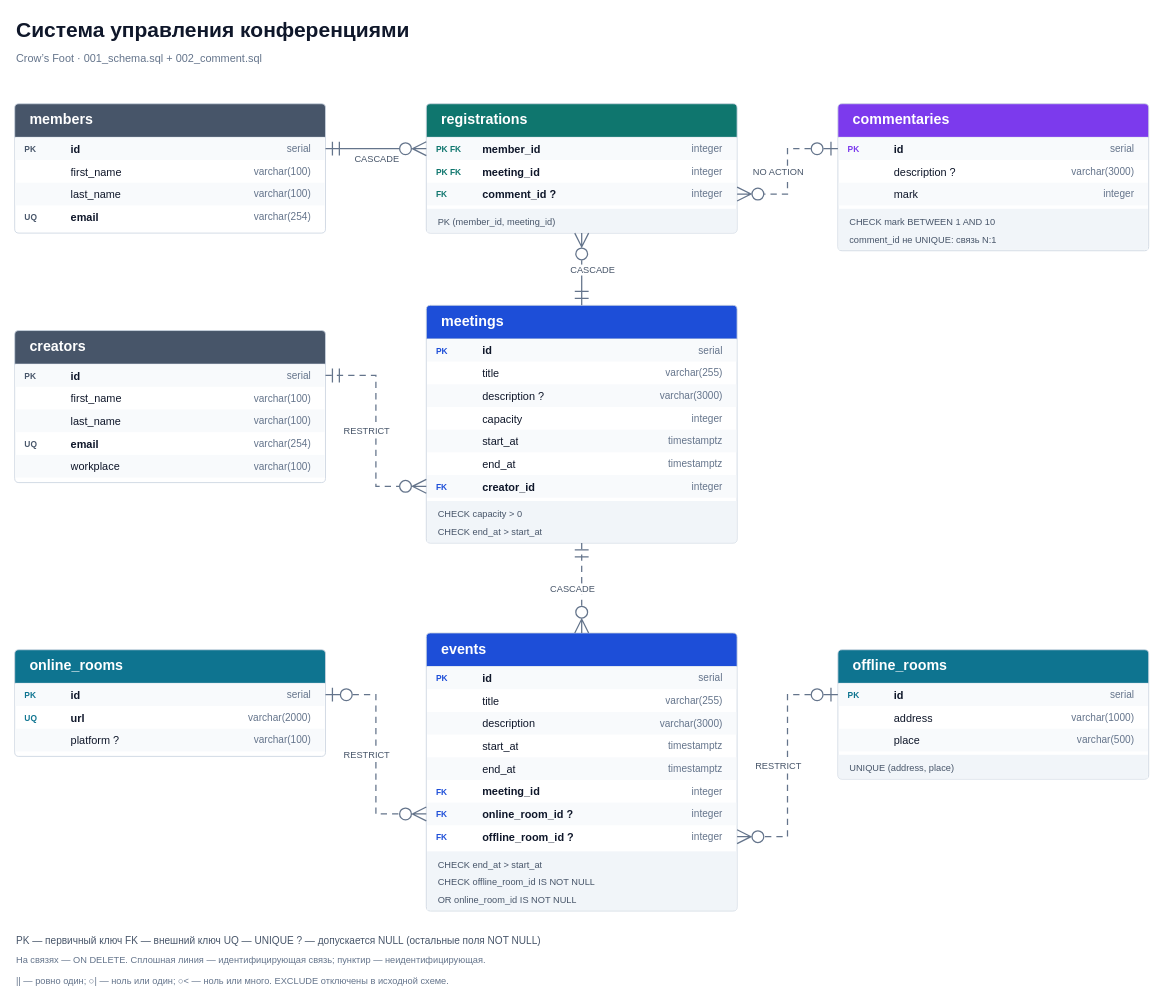
makinotori14/pg-labs keeps this draw.io diagram as page "Crow's Foot" (1 of 2) of lab02/erd.drawio. Above is the earlier version. Source tidied: cells renumbered, new cells numbered last; positions are measured from the earlier drawing's top-left corner, leaving out a move shared by most shapes. Both pictures are drawn from the tidied source at 84%, with x=0, y=0 at pixel (14, 14).
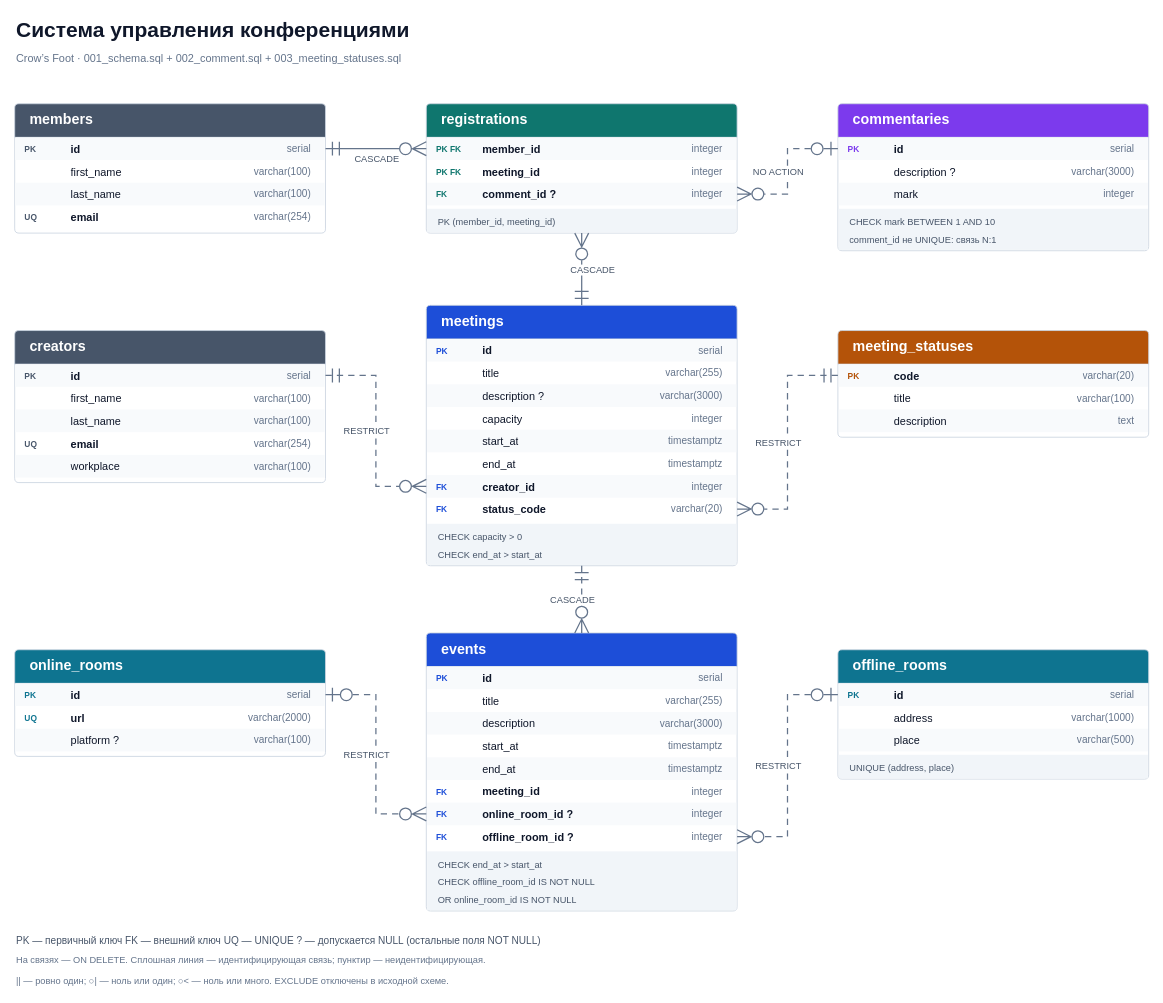
After the change.

Commit message (it also covers changes not shown here):
meeting statuses

The change refers to these unchanged cells:
```xml
<mxCell id="77" value="creators" style="swimlane;html=1;startSize=40;horizontal=1;rounded=1;arcSize=10;absoluteArcSize=1;swimlaneLine=1;fillColor=#475569;swimlaneFillColor=#FFFFFF;strokeColor=#CBD5E1;strokeWidth=1;fontFamily=Helvetica;fontSize=17;fontStyle=1;fontColor=#FFFFFF;align=left;spacingLeft=16;shadow=0;" parent="1" vertex="1">
  <mxGeometry y="376" width="370" height="181" as="geometry" />
</mxCell>
```

What changed in the source:
```diff
@@
-    <mxCell id="3" value="Crow’s Foot · 001_schema.sql + 002_comment.sql" style="text;html=1;strokeColor=none;fillColor=none;whiteSpace=wrap;overflow=hidden;verticalAlign=middle;fontFamily=Helvetica;align=left;fontSize=13;fontColor=#64748B;" parent="1" vertex="1">
-      <mxGeometry y="40" width="1040" height="24" as="geometry" />
+    <mxCell id="3" value="Crow’s Foot · 001_schema.sql + 002_comment.sql + 003_meeting_statuses.sql" style="text;html=1;strokeColor=none;fillColor=none;whiteSpace=wrap;overflow=hidden;verticalAlign=middle;fontFamily=Helvetica;align=left;fontSize=13;fontColor=#64748B;" parent="1" vertex="1">
+      <mxGeometry y="40" width="1350" height="24" as="geometry" />
     </mxCell>
@@
     <mxCell id="48" value="meetings" style="swimlane;html=1;startSize=40;horizontal=1;rounded=1;arcSize=10;absoluteArcSize=1;swimlaneLine=1;fillColor=#1D4ED8;swimlaneFillColor=#FFFFFF;strokeColor=#CBD5E1;strokeWidth=1;fontFamily=Helvetica;fontSize=17;fontStyle=1;fontColor=#FFFFFF;align=left;spacingLeft=16;shadow=0;" parent="1" vertex="1">
-      <mxGeometry x="490" y="346" width="370" height="283" as="geometry" />
+      <mxGeometry x="490" y="346" width="370" height="310" as="geometry" />
     </mxCell>
@@
     <mxCell id="74" style="rounded=0;strokeColor=none;fillColor=#F1F5F9;" parent="48" vertex="1">
-      <mxGeometry x="1" y="233" width="368" height="49" as="geometry" />
+      <mxGeometry x="1" y="260" width="368" height="49" as="geometry" />
     </mxCell>
     <mxCell id="75" value="CHECK capacity &gt; 0" style="text;html=1;strokeColor=none;fillColor=none;whiteSpace=wrap;overflow=hidden;verticalAlign=middle;fontFamily=Helvetica;align=left;fontSize=11;fontColor=#475569;" parent="48" vertex="1">
-      <mxGeometry x="12" y="238" width="346" height="21" as="geometry" />
+      <mxGeometry x="12" y="265" width="346" height="21" as="geometry" />
     </mxCell>
     <mxCell id="76" value="CHECK end_at &gt; start_at" style="text;html=1;strokeColor=none;fillColor=none;whiteSpace=wrap;overflow=hidden;verticalAlign=middle;fontFamily=Helvetica;align=left;fontSize=11;fontColor=#475569;" parent="48" vertex="1">
-      <mxGeometry x="12" y="259" width="346" height="21" as="geometry" />
+      <mxGeometry x="12" y="286" width="346" height="21" as="geometry" />
     </mxCell>
@@
-    <mxCell id="161" style="edgeStyle=none;orthogonal=1;rounded=0;html=1;strokeColor=#64748B;strokeWidth=1.5;startArrow=ERmandOne;endArrow=ERzeroToMany;startFill=0;endFill=0;startSize=14;endSize=14;exitPerimeter=0;entryPerimeter=0;exitX=1.0;exitY=0.2955801104972376;entryX=0.0;entryY=0.7614840989399293;dashed=1;dashPattern=5 4;" parent="1" edge="1" source="77" target="48">
+    <mxCell id="161" style="edgeStyle=none;orthogonal=1;rounded=0;html=1;strokeColor=#64748B;strokeWidth=1.5;startArrow=ERmandOne;endArrow=ERzeroToMany;startFill=0;endFill=0;startSize=14;endSize=14;exitPerimeter=0;entryPerimeter=0;exitX=1.0;exitY=0.2955801104972376;entryX=0.0;entryY=0.6951612903225807;dashed=1;dashPattern=5 4;" parent="1" edge="1" source="77" target="48">
       <mxGeometry relative="1" as="geometry">
         <Array as="points">
           <mxPoint x="430" y="429.5" />
           <mxPoint x="430" y="561.5" />
         </Array>
       </mxGeometry>
     </mxCell>
@@
+    <mxCell id="172" value="FK" style="text;html=1;strokeColor=none;fillColor=none;whiteSpace=wrap;overflow=hidden;verticalAlign=middle;fontFamily=Helvetica;align=left;fontSize=10;fontStyle=1;fontColor=#1D4ED8;" parent="48" vertex="1">
+      <mxGeometry x="10" y="229" width="53" height="27" as="geometry" />
+    </mxCell>
+    <mxCell id="173" value="status_code" style="text;html=1;strokeColor=none;fillColor=none;whiteSpace=wrap;overflow=hidden;verticalAlign=middle;fontFamily=Helvetica;align=left;fontSize=13;fontColor=#0F172A;fontStyle=1;" parent="48" vertex="1">
+      <mxGeometry x="65" y="229" width="168" height="27" as="geometry" />
+    </mxCell>
+    <mxCell id="174" value="varchar(20)" style="text;html=1;strokeColor=none;fillColor=none;whiteSpace=wrap;overflow=hidden;verticalAlign=middle;fontFamily=Helvetica;align=right;fontSize=12;fontColor=#64748B;" parent="48" vertex="1">
+      <mxGeometry x="228" y="229" width="127" height="27" as="geometry" />
+    </mxCell>
+    <mxCell id="175" value="meeting_statuses" style="swimlane;html=1;startSize=40;horizontal=1;rounded=1;arcSize=10;absoluteArcSize=1;swimlaneLine=1;fillColor=#B45309;swimlaneFillColor=#FFFFFF;strokeColor=#CBD5E1;strokeWidth=1;fontFamily=Helvetica;fontSize=17;fontStyle=1;fontColor=#FFFFFF;align=left;spacingLeft=16;shadow=0;" parent="1" vertex="1">
+      <mxGeometry x="980" y="376" width="370" height="127" as="geometry" />
+    </mxCell>
+    <mxCell id="176" style="rounded=0;strokeColor=none;fillColor=#F8FAFC;" parent="175" vertex="1">
+      <mxGeometry x="1" y="40" width="368" height="27" as="geometry" />
+    </mxCell>
+    <mxCell id="177" value="PK" style="text;html=1;strokeColor=none;fillColor=none;whiteSpace=wrap;overflow=hidden;verticalAlign=middle;fontFamily=Helvetica;align=left;fontSize=10;fontColor=#B45309;fontStyle=1;" parent="175" vertex="1">
+      <mxGeometry x="10" y="40" width="53" height="27" as="geometry" />
+    </mxCell>
+    <mxCell id="178" value="code" style="text;html=1;strokeColor=none;fillColor=none;whiteSpace=wrap;overflow=hidden;verticalAlign=middle;fontFamily=Helvetica;align=left;fontSize=13;fontColor=#0F172A;fontStyle=1;" parent="175" vertex="1">
+      <mxGeometry x="65" y="40" width="168" height="27" as="geometry" />
+    </mxCell>
+    <mxCell id="179" value="varchar(20)" style="text;html=1;strokeColor=none;fillColor=none;whiteSpace=wrap;overflow=hidden;verticalAlign=middle;fontFamily=Helvetica;align=right;fontSize=12;fontColor=#64748B;" parent="175" vertex="1">
+      <mxGeometry x="228" y="40" width="127" height="27" as="geometry" />
+    </mxCell>
+    <mxCell id="180" style="text;html=1;strokeColor=none;fillColor=none;whiteSpace=wrap;overflow=hidden;verticalAlign=middle;fontFamily=Helvetica;align=left;fontSize=10;fontColor=#B45309;" parent="175" vertex="1">
+      <mxGeometry x="10" y="67" width="53" height="27" as="geometry" />
+    </mxCell>
+    <mxCell id="181" value="title" style="text;html=1;strokeColor=none;fillColor=none;whiteSpace=wrap;overflow=hidden;verticalAlign=middle;fontFamily=Helvetica;align=left;fontSize=13;fontColor=#0F172A;" parent="175" vertex="1">
+      <mxGeometry x="65" y="67" width="168" height="27" as="geometry" />
+    </mxCell>
+    <mxCell id="182" value="varchar(100)" style="text;html=1;strokeColor=none;fillColor=none;whiteSpace=wrap;overflow=hidden;verticalAlign=middle;fontFamily=Helvetica;align=right;fontSize=12;fontColor=#64748B;" parent="175" vertex="1">
+      <mxGeometry x="228" y="67" width="127" height="27" as="geometry" />
+    </mxCell>
+    <mxCell id="183" style="rounded=0;strokeColor=none;fillColor=#F8FAFC;" parent="175" vertex="1">
+      <mxGeometry x="1" y="94" width="368" height="27" as="geometry" />
+    </mxCell>
+    <mxCell id="184" style="text;html=1;strokeColor=none;fillColor=none;whiteSpace=wrap;overflow=hidden;verticalAlign=middle;fontFamily=Helvetica;align=left;fontSize=10;fontColor=#B45309;" parent="175" vertex="1">
+      <mxGeometry x="10" y="94" width="53" height="27" as="geometry" />
+    </mxCell>
+    <mxCell id="185" value="description" style="text;html=1;strokeColor=none;fillColor=none;whiteSpace=wrap;overflow=hidden;verticalAlign=middle;fontFamily=Helvetica;align=left;fontSize=13;fontColor=#0F172A;" parent="175" vertex="1">
+      <mxGeometry x="65" y="94" width="168" height="27" as="geometry" />
+    </mxCell>
+    <mxCell id="186" value="text" style="text;html=1;strokeColor=none;fillColor=none;whiteSpace=wrap;overflow=hidden;verticalAlign=middle;fontFamily=Helvetica;align=right;fontSize=12;fontColor=#64748B;" parent="175" vertex="1">
+      <mxGeometry x="228" y="94" width="127" height="27" as="geometry" />
+    </mxCell>
+    <mxCell id="187" style="edgeStyle=none;orthogonal=1;rounded=0;html=1;strokeColor=#64748B;strokeWidth=1.5;startArrow=ERmandOne;endArrow=ERzeroToMany;startFill=0;endFill=0;startSize=14;endSize=14;exitPerimeter=0;entryPerimeter=0;exitX=0;exitY=0.421259842519685;entryX=1;entryY=0.782258064516129;dashed=1;dashPattern=5 4;" parent="1" edge="1" source="175" target="48">
+      <mxGeometry relative="1" as="geometry">
+        <Array as="points">
+          <mxPoint x="920" y="429.5" />
+          <mxPoint x="920" y="588.5" />
+        </Array>
+      </mxGeometry>
+    </mxCell>
+    <mxCell id="188" value="RESTRICT" style="edgeLabel;html=1;align=center;verticalAlign=middle;fontFamily=Helvetica;fontSize=11;fontColor=#475569;labelBackgroundColor=#FFFFFF;" parent="187" vertex="1">
+      <mxGeometry y="-12" relative="1" as="geometry" />
+    </mxCell>
```
